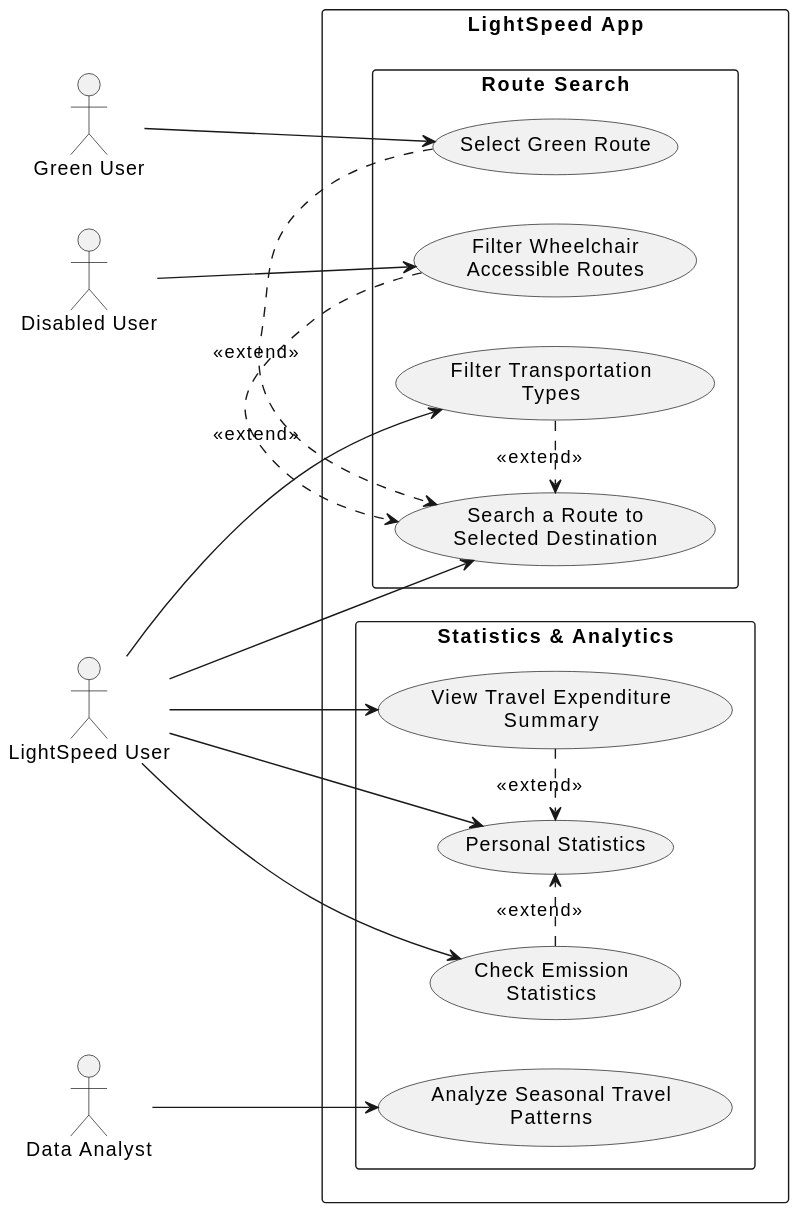
This is UseCase_UML.svg from JaromirProchazka/SoftwareEngeneeringExampleLightspeedLS, a PlantUML export, as it was before one commit.
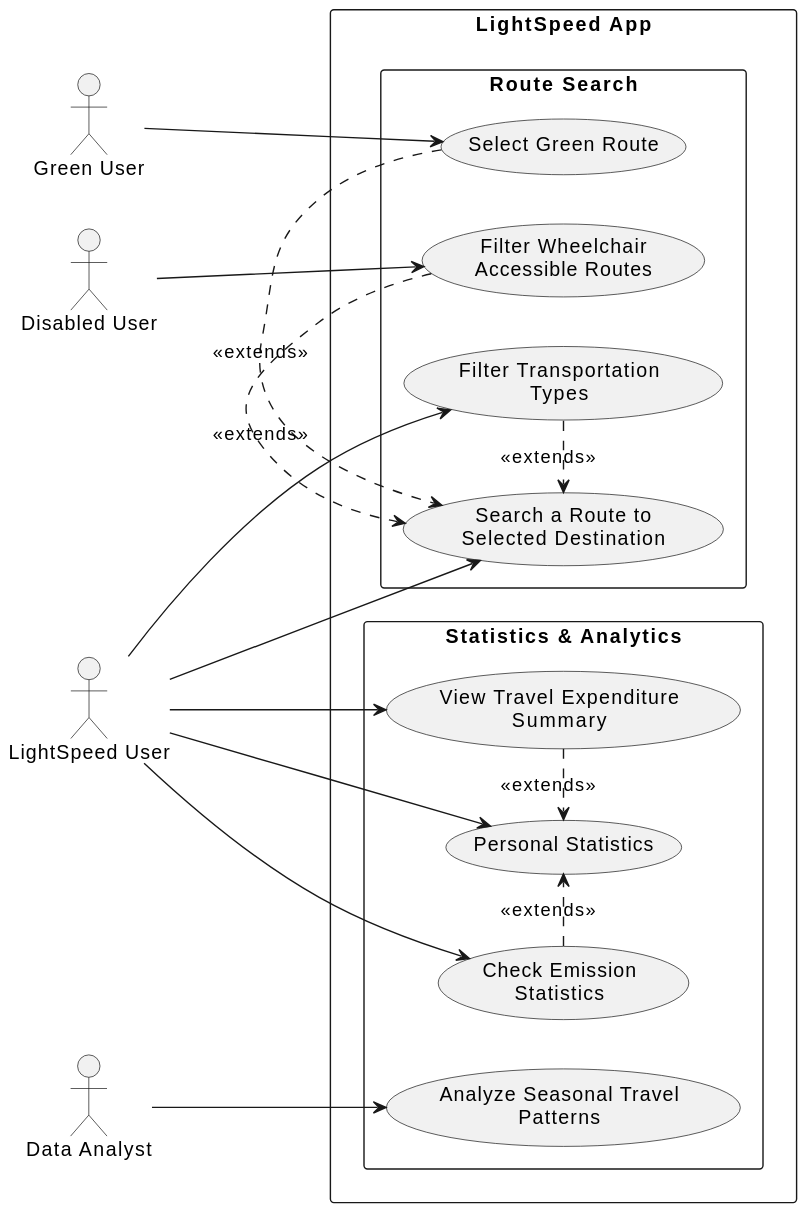
The same diagram one commit later.

Commit message:
Fixed extend -> extends in UML Dia

What changed in the source:
```diff
@@ -15,9 +15,9 @@
     usecase "Select Green Route"                              as UC_Green
     usecase "Filter Wheelchair\nAccessible Routes"            as UC_Wheel
 
-    UC_FilterTransport .> UC_Search : <<extend>>
-    UC_Green            .> UC_Search : <<extend>>
-    UC_Wheel            .> UC_Search : <<extend>>
+    UC_FilterTransport .> UC_Search : <<extends>>
+    UC_Green            .> UC_Search : <<extends>>
+    UC_Wheel            .> UC_Search : <<extends>>
   }
 
   package "Statistics & Analytics" {
@@ -26,8 +26,8 @@
     usecase "Check Emission\nStatistics"                      as UC_Emissions
     usecase "Analyze Seasonal Travel\nPatterns"               as UC_Seasonal
 
-    UC_Expenditure .> Stat : <<extend>>
-    UC_Emissions .> Stat : <<extend>>
+    UC_Expenditure .> Stat : <<extends>>
+    UC_Emissions .> Stat : <<extends>>
   }
 }
 
```
